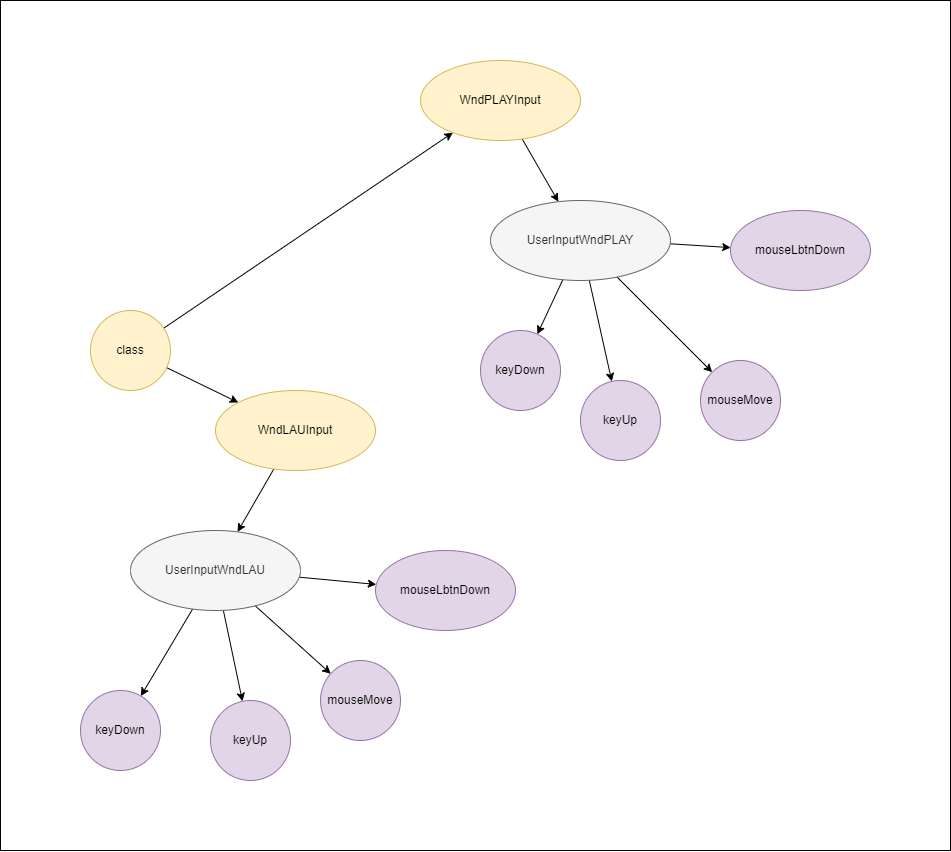
Above: drawio/files/userinput/h.drawio.png in Tanso-mct/GLPA (draw.io), before the change. Source tidied: cells renumbered, new cells last; positions are measured from the earlier drawing's top-left corner, leaving out a move shared by most shapes.
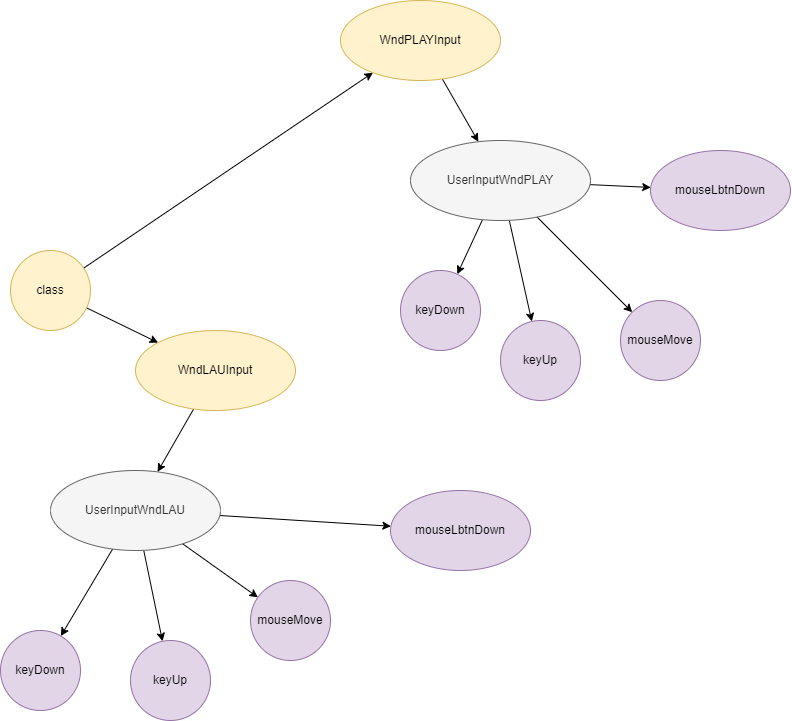
The same file after the commit.

Diff of the diagram source:
```diff
@@ -1,10 +1,6 @@
 <mxGraphModel>
   <root>
     <mxCell id="0" />
-    <mxCell id="1" value="flame" parent="0" />
-    <mxCell id="2" style="whiteSpace=wrap;html=1;fillColor=none;" parent="1" vertex="1">
-      <mxGeometry width="950" height="850" as="geometry" />
-    </mxCell>
     <mxCell id="3" parent="0" />
     <mxCell id="4" style="edgeStyle=none;html=1;" parent="3" edge="1" source="6" target="8">
       <mxGeometry relative="1" as="geometry" />
@@ -64,10 +60,10 @@
       <mxGeometry x="210" y="700" width="80" height="80" as="geometry" />
     </mxCell>
     <mxCell id="23" value="mouseMove" style="ellipse;whiteSpace=wrap;html=1;fillColor=#e1d5e7;strokeColor=#9673a6;" parent="3" vertex="1">
-      <mxGeometry x="320" y="660" width="80" height="80" as="geometry" />
+      <mxGeometry x="330" y="640" width="80" height="80" as="geometry" />
     </mxCell>
     <mxCell id="24" value="mouseLbtnDown" style="ellipse;whiteSpace=wrap;html=1;fillColor=#e1d5e7;strokeColor=#9673a6;" parent="3" vertex="1">
-      <mxGeometry x="375" y="550" width="140" height="80" as="geometry" />
+      <mxGeometry x="470" y="550" width="140" height="80" as="geometry" />
     </mxCell>
     <mxCell id="25" value="keyDown" style="ellipse;whiteSpace=wrap;html=1;fillColor=#e1d5e7;strokeColor=#9673a6;" parent="3" vertex="1">
       <mxGeometry x="480" y="330" width="80" height="80" as="geometry" />
```
